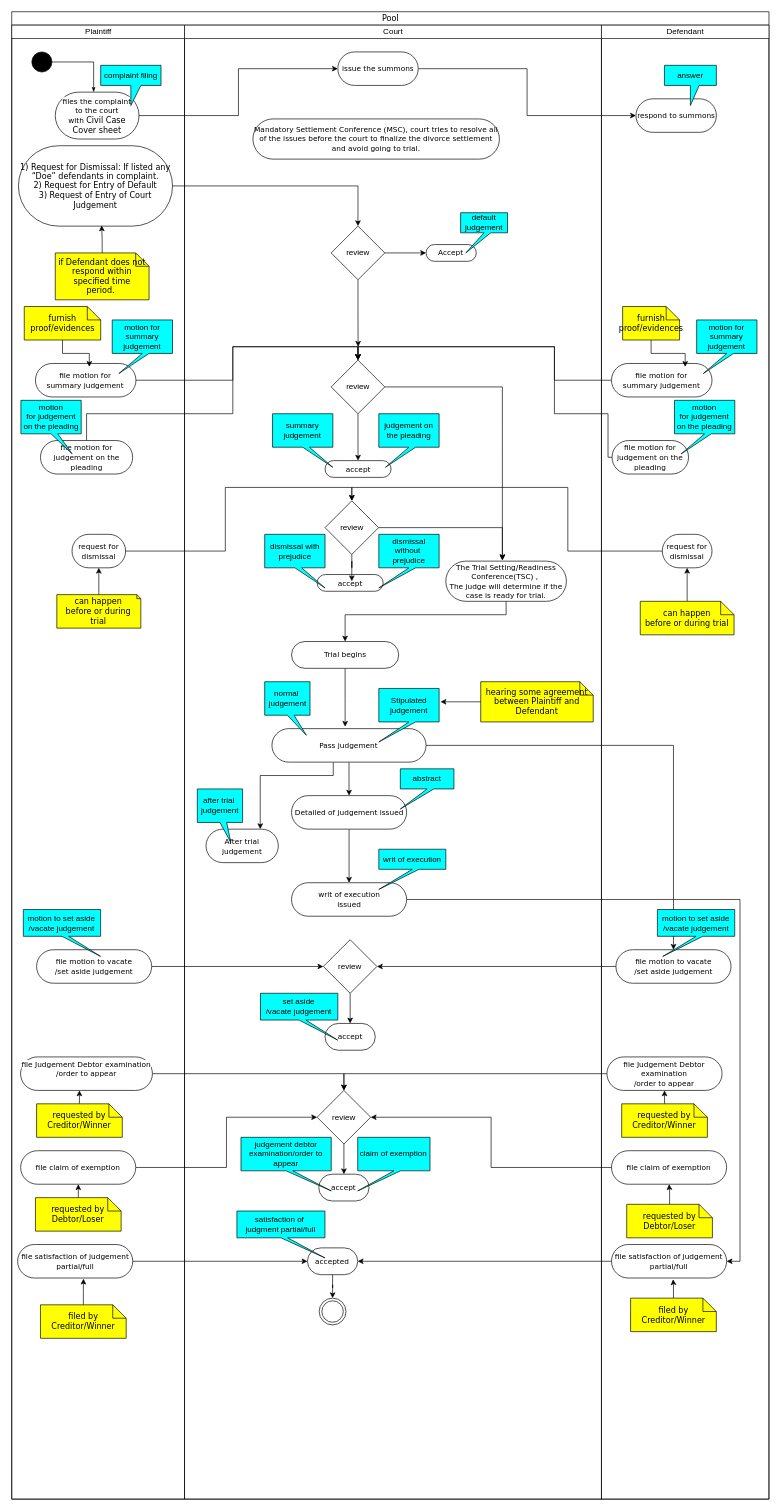
Above: Untitled Diagram.drawio in mohanshenoy/test-repository-1 (draw.io), before the change. Source tidied: cells renumbered, new cells numbered last; positions are measured from the earlier drawing's top-left corner, leaving out a move shared by most shapes. Both pictures are drawn from the tidied source at 67%, with x=0, y=0 at pixel (11, 11).
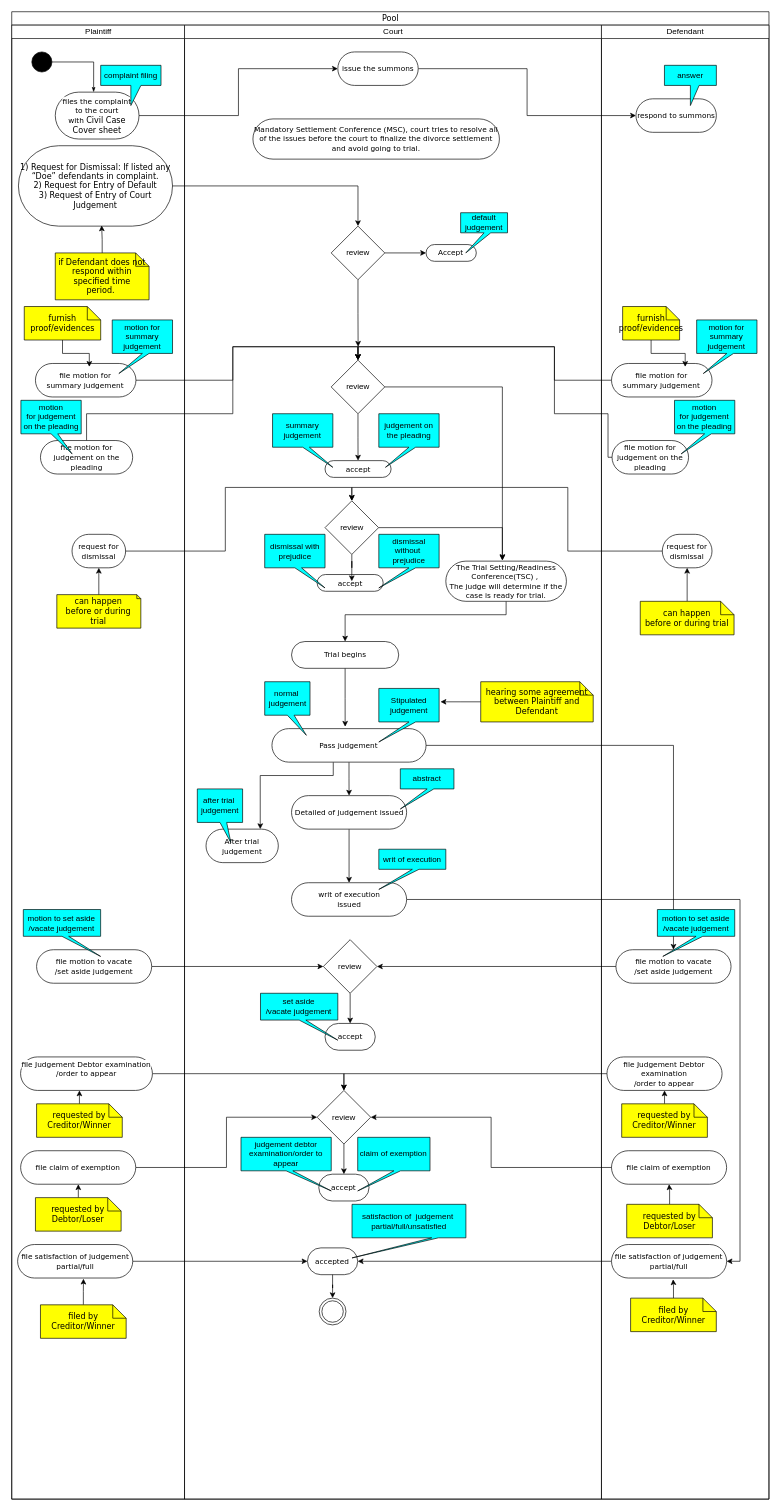
Above is the later version.

The change refers to these unchanged cells:
```xml
<mxCell id="46" value="Court" style="swimlane;html=1;startSize=20;fontStyle=0;" parent="2" vertex="1">
  <mxGeometry x="257.9" y="20" width="622.3" height="2200" as="geometry" />
</mxCell>
```

What changed in the source:
```diff
@@
-    <mxCell id="80" value="&lt;span&gt;satisfaction of&amp;nbsp;&lt;br&gt;judgment partial/full&lt;/span&gt;" style="shape=callout;whiteSpace=wrap;html=1;perimeter=calloutPerimeter;fillColor=#00FFFF;base=10;position2=1;fontStyle=0;" parent="46" vertex="1">
-      <mxGeometry x="78.2" y="1770" width="131.4" height="70" as="geometry" />
+    <mxCell id="80" value="&lt;span&gt;satisfaction of&amp;nbsp; judgement&amp;nbsp;&lt;br&gt;partial/full/&lt;/span&gt;unsatisfied" style="shape=callout;whiteSpace=wrap;html=1;perimeter=calloutPerimeter;fillColor=#00FFFF;base=10;position2=0;fontStyle=0;size=30;position=0.7;" parent="46" vertex="1">
+      <mxGeometry x="250" y="1760" width="170" height="80" as="geometry" />
     </mxCell>
```
